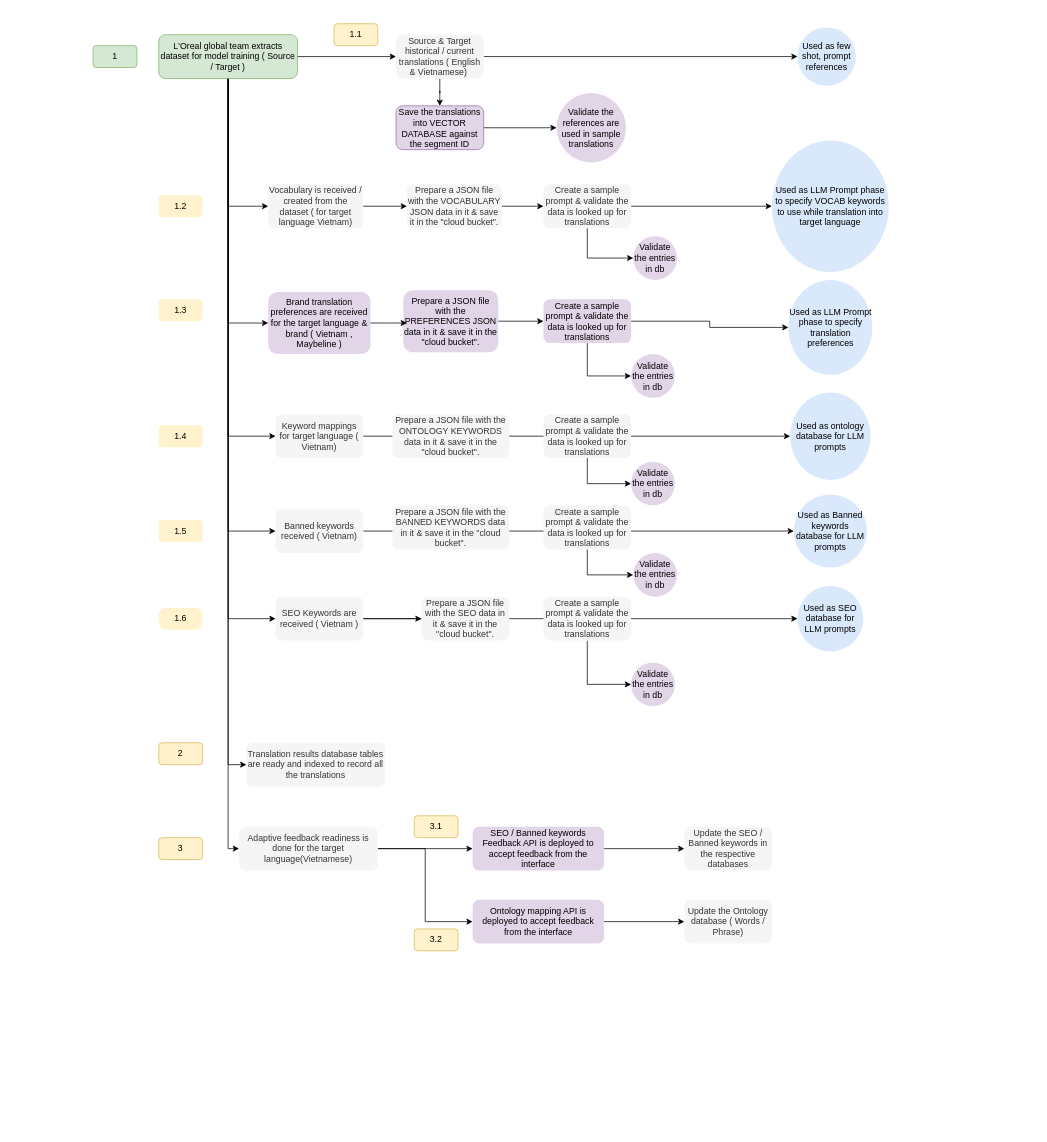
nsareen-oa/diagrams keeps this draw.io diagram as page "Pre Translation" (1 of 3) of GenAI_WSF_Translation_Process_Flow.drawio. Above is the earlier version. Source tidied: cells renumbered, new cells numbered last; positions are measured from the earlier drawing's top-left corner, leaving out a move shared by most shapes. Both pictures are drawn from the tidied source at 73%, with x=0, y=0 at pixel (12, 12).
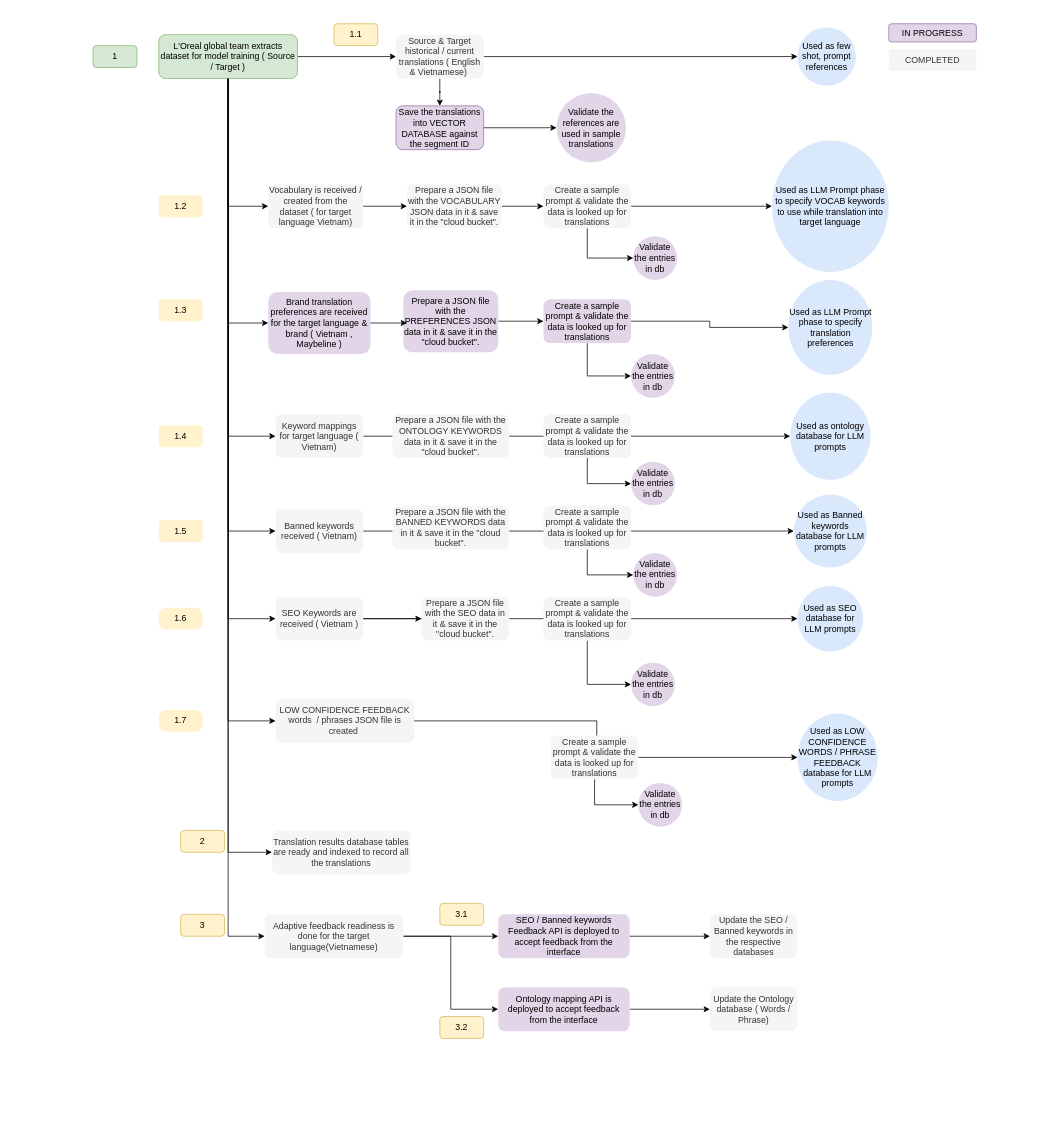
After the change.

The change refers to these unchanged cells:
```xml
<mxCell id="10" value="L'Oreal global team extracts dataset for model training ( Source / Target )" style="rounded=1;whiteSpace=wrap;html=1;fontSize=12;glass=0;strokeWidth=1;shadow=0;fillColor=#d5e8d4;strokeColor=#82b366;" parent="1" vertex="1">
  <mxGeometry x="200" y="30" width="190" height="60" as="geometry" />
</mxCell>
```

Change to the diagram source:
```diff
@@
     <mxCell id="2" style="rounded=0;whiteSpace=wrap;html=1;strokeColor=none;" parent="1" vertex="1">
-      <mxGeometry width="1400" height="1310" as="geometry" />
+      <mxGeometry width="1400" height="1530" as="geometry" />
     </mxCell>
@@
     <mxCell id="9" style="edgeStyle=orthogonalEdgeStyle;rounded=0;jettySize=auto;html=1;entryX=0;entryY=0.5;entryDx=0;entryDy=0;" parent="1" edge="1" source="10" target="14">
       <mxGeometry relative="1" as="geometry">
         <Array as="points">
-          <mxPoint x="295" y="1145" />
+          <mxPoint x="295" y="1265" />
         </Array>
       </mxGeometry>
     </mxCell>
@@
     <mxCell id="14" value="Adaptive feedback readiness is done for the target language(Vietnamese)" style="whiteSpace=wrap;html=1;rounded=1;fillColor=#f5f5f5;fontColor=#333333;strokeColor=none;" parent="1" vertex="1">
-      <mxGeometry x="310" y="1115" width="190" height="60" as="geometry" />
+      <mxGeometry x="345" y="1235" width="190" height="60" as="geometry" />
     </mxCell>
@@
     <mxCell id="37" value="2" style="text;html=1;align=center;verticalAlign=middle;whiteSpace=wrap;rounded=1;fillColor=#fff2cc;strokeColor=#d6b656;" parent="1" vertex="1">
-      <mxGeometry x="200" y="1000" width="60" height="30" as="geometry" />
+      <mxGeometry x="230" y="1120" width="60" height="30" as="geometry" />
     </mxCell>
@@
     <mxCell id="66" value="SEO / Banned keywords Feedback API is deployed to accept feedback from the interface" style="whiteSpace=wrap;html=1;rounded=1;fillColor=#e1d5e7;strokeColor=none;" parent="1" vertex="1">
-      <mxGeometry x="630" y="1115" width="180" height="60" as="geometry" />
+      <mxGeometry x="665" y="1235" width="180" height="60" as="geometry" />
     </mxCell>
     <mxCell id="67" value="Update the SEO / Banned keywords in the respective databases" style="whiteSpace=wrap;html=1;rounded=1;fillColor=#f5f5f5;fontColor=#333333;strokeColor=none;" parent="1" vertex="1">
-      <mxGeometry x="920" y="1115" width="120" height="60" as="geometry" />
+      <mxGeometry x="955" y="1235" width="120" height="60" as="geometry" />
     </mxCell>
     <mxCell id="68" value="Translation results database tables are ready and indexed to record all the translations" style="whiteSpace=wrap;html=1;rounded=1;fillColor=#f5f5f5;fontColor=#333333;strokeColor=none;" parent="1" vertex="1">
-      <mxGeometry x="320" y="1000" width="190" height="60" as="geometry" />
+      <mxGeometry x="355" y="1120" width="190" height="60" as="geometry" />
     </mxCell>
     <mxCell id="69" value="3" style="text;html=1;align=center;verticalAlign=middle;whiteSpace=wrap;rounded=1;fillColor=#fff2cc;strokeColor=#d6b656;" parent="1" vertex="1">
-      <mxGeometry x="200" y="1130" width="60" height="30" as="geometry" />
+      <mxGeometry x="230" y="1235" width="60" height="30" as="geometry" />
     </mxCell>
@@
     <mxCell id="71" value="Ontology mapping API is deployed to accept feedback from the interface" style="whiteSpace=wrap;html=1;rounded=1;fillColor=#e1d5e7;strokeColor=none;" parent="1" vertex="1">
-      <mxGeometry x="630" y="1215" width="180" height="60" as="geometry" />
+      <mxGeometry x="665" y="1335" width="180" height="60" as="geometry" />
     </mxCell>
     <mxCell id="72" value="Update the Ontology database ( Words / Phrase)" style="whiteSpace=wrap;html=1;rounded=1;fillColor=#f5f5f5;fontColor=#333333;strokeColor=none;" parent="1" vertex="1">
-      <mxGeometry x="920" y="1215" width="120" height="60" as="geometry" />
+      <mxGeometry x="955" y="1335" width="120" height="60" as="geometry" />
     </mxCell>
     <mxCell id="73" value="3.1" style="text;html=1;align=center;verticalAlign=middle;whiteSpace=wrap;rounded=1;fillColor=#fff2cc;strokeColor=#d6b656;" parent="1" vertex="1">
-      <mxGeometry x="550" y="1100" width="60" height="30" as="geometry" />
+      <mxGeometry x="585" y="1220" width="60" height="30" as="geometry" />
     </mxCell>
     <mxCell id="74" value="3.2" style="text;html=1;align=center;verticalAlign=middle;whiteSpace=wrap;rounded=1;fillColor=#fff2cc;strokeColor=#d6b656;" parent="1" vertex="1">
-      <mxGeometry x="550" y="1255" width="60" height="30" as="geometry" />
+      <mxGeometry x="585" y="1375" width="60" height="30" as="geometry" />
     </mxCell>
@@
+    <mxCell id="80" value="IN PROGRESS" style="whiteSpace=wrap;html=1;rounded=1;glass=0;strokeWidth=1;shadow=0;fillColor=#e1d5e7;strokeColor=#9673a6;" parent="1" vertex="1">
+      <mxGeometry x="1200" y="15" width="120" height="25" as="geometry" />
+    </mxCell>
+    <mxCell id="81" value="COMPLETED" style="whiteSpace=wrap;html=1;rounded=1;glass=0;strokeWidth=1;shadow=0;fillColor=#f5f5f5;fontColor=#333333;strokeColor=none;" parent="1" vertex="1">
+      <mxGeometry x="1200" y="50" width="120" height="30" as="geometry" />
+    </mxCell>
+    <mxCell id="82" value="LOW CONFIDENCE FEEDBACK words&amp;nbsp; / phrases JSON file is created&amp;nbsp;" style="whiteSpace=wrap;html=1;rounded=1;glass=0;strokeWidth=1;shadow=0;fillColor=#f5f5f5;fontColor=#333333;strokeColor=none;" parent="1" vertex="1">
+      <mxGeometry x="360" y="940" width="190" height="60" as="geometry" />
+    </mxCell>
+    <mxCell id="83" style="shape=waypoint;sketch=0;size=6;fillColor=#f5f5f5;perimeter=centerPerimeter;strokeColor=none;fontColor=#333333;rounded=1;glass=0;strokeWidth=1;shadow=0;" parent="1" vertex="1">
+      <mxGeometry x="730" y="960" width="20" height="20" as="geometry" />
+    </mxCell>
+    <mxCell id="84" value="1.7" style="text;html=1;align=center;verticalAlign=middle;whiteSpace=wrap;rounded=1;fillColor=#fff2cc;strokeColor=none;arcSize=35;" parent="1" vertex="1">
+      <mxGeometry x="200" y="955" width="60" height="30" as="geometry" />
+    </mxCell>
+    <mxCell id="85" style="edgeStyle=orthogonalEdgeStyle;rounded=0;jettySize=auto;html=1;entryX=0;entryY=0.5;entryDx=0;entryDy=0;exitX=0.5;exitY=1;exitDx=0;exitDy=0;" parent="1" edge="1" source="10" target="82">
+      <mxGeometry relative="1" as="geometry">
+        <Array as="points">
+          <mxPoint x="295" y="970" />
+        </Array>
+      </mxGeometry>
+    </mxCell>
+    <mxCell id="86" style="edgeStyle=orthogonalEdgeStyle;rounded=0;jettySize=auto;html=1;exitX=1;exitY=0.5;exitDx=0;exitDy=0;" parent="1" edge="1" source="82" target="90">
+      <mxGeometry relative="1" as="geometry">
+        <Array as="points">
+          <mxPoint x="800" y="970" />
+          <mxPoint x="800" y="1020" />
+        </Array>
+      </mxGeometry>
+    </mxCell>
+    <mxCell id="87" value="Create a sample prompt &amp;amp; validate the data is looked up for translations" style="whiteSpace=wrap;html=1;rounded=1;glass=0;strokeWidth=1;shadow=0;fillColor=#f5f5f5;fontColor=#333333;strokeColor=none;" parent="1" vertex="1">
+      <mxGeometry x="737" y="990" width="120" height="60" as="geometry" />
+    </mxCell>
+    <mxCell id="88" style="edgeStyle=orthogonalEdgeStyle;rounded=0;jettySize=auto;html=1;entryX=0;entryY=0.5;entryDx=0;entryDy=0;" parent="1" edge="1" source="87" target="89">
+      <mxGeometry relative="1" as="geometry" />
+    </mxCell>
+    <mxCell id="89" value="Validate the entries in db" style="ellipse;whiteSpace=wrap;html=1;rounded=1;glass=0;strokeWidth=1;shadow=0;fillColor=#e1d5e7;strokeColor=none;" parent="1" vertex="1">
+      <mxGeometry x="857" y="1055" width="60" height="60" as="geometry" />
+    </mxCell>
+    <mxCell id="90" value="Used as LOW CONFIDENCE WORDS / PHRASE FEEDBACK database for LLM prompts" style="ellipse;whiteSpace=wrap;html=1;rounded=1;glass=0;strokeWidth=1;shadow=0;fillColor=#dae8fc;strokeColor=none;" parent="1" vertex="1">
+      <mxGeometry x="1075" y="960" width="110" height="120" as="geometry" />
+    </mxCell>
```
